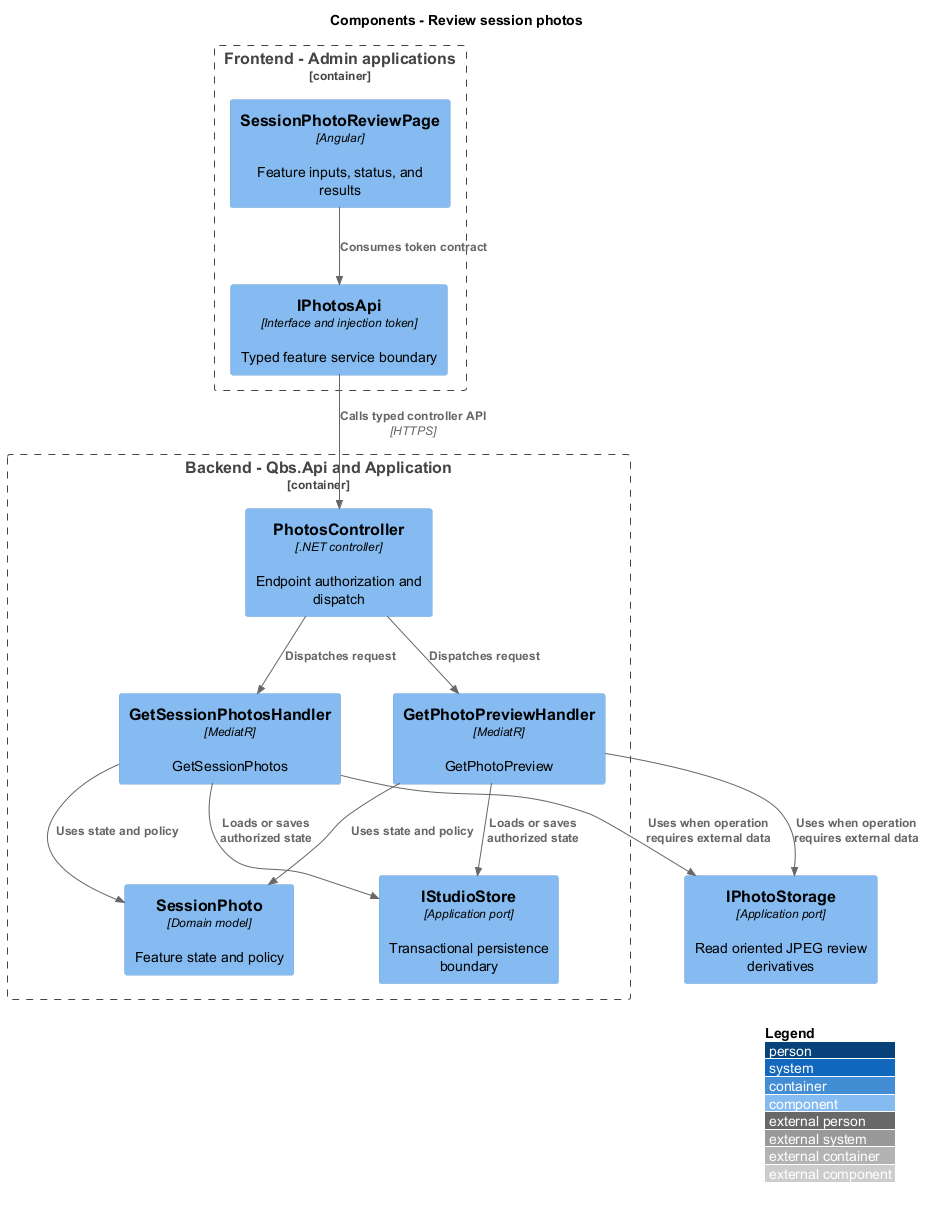
The PlantUML diagram docs/detailed-designs/session-photos/review-session-photos/diagrams/c4-component.png in QuinntyneBrown/quinntyne-brown-studio, before a commit. Source of this version:
```plantuml
@startuml
!include <C4/C4_Component>
LAYOUT_WITH_LEGEND()
title Components - Review session photos
Container_Boundary(frontend, "Frontend - Admin applications") {
 Component(page, "SessionPhotoReviewPage", "Angular", "Feature inputs, status, and results")
 Component(client, "IPhotosApi", "Interface and injection token", "Typed feature service boundary")
}
Container_Boundary(api, "Backend - Qbs.Api and Application") {
 Component(ctrl, "PhotosController", ".NET controller", "Endpoint authorization and dispatch")
 Component(handler0, "GetSessionPhotosHandler", "MediatR", "GetSessionPhotos")
 Component(handler1, "GetPhotoPreviewHandler", "MediatR", "GetPhotoPreview")
 Component(entity, "SessionPhoto", "Domain model", "Feature state and policy")
 Component(store, "IStudioStore", "Application port", "Transactional persistence boundary")
}
Rel(page, client, "Consumes token contract")
Rel(client, ctrl, "Calls typed controller API", "HTTPS")
Rel(ctrl, handler0, "Dispatches request")
Rel(handler0, entity, "Uses state and policy")
Rel(handler0, store, "Loads or saves authorized state")
Rel(ctrl, handler1, "Dispatches request")
Rel(handler1, entity, "Uses state and policy")
Rel(handler1, store, "Loads or saves authorized state")
Component(ext, "IPhotoStorage", "Application port", "Read oriented JPEG review derivatives")
Rel(handler0, ext, "Uses when operation requires external data")
Rel(handler1, ext, "Uses when operation requires external data")
@enduml
```
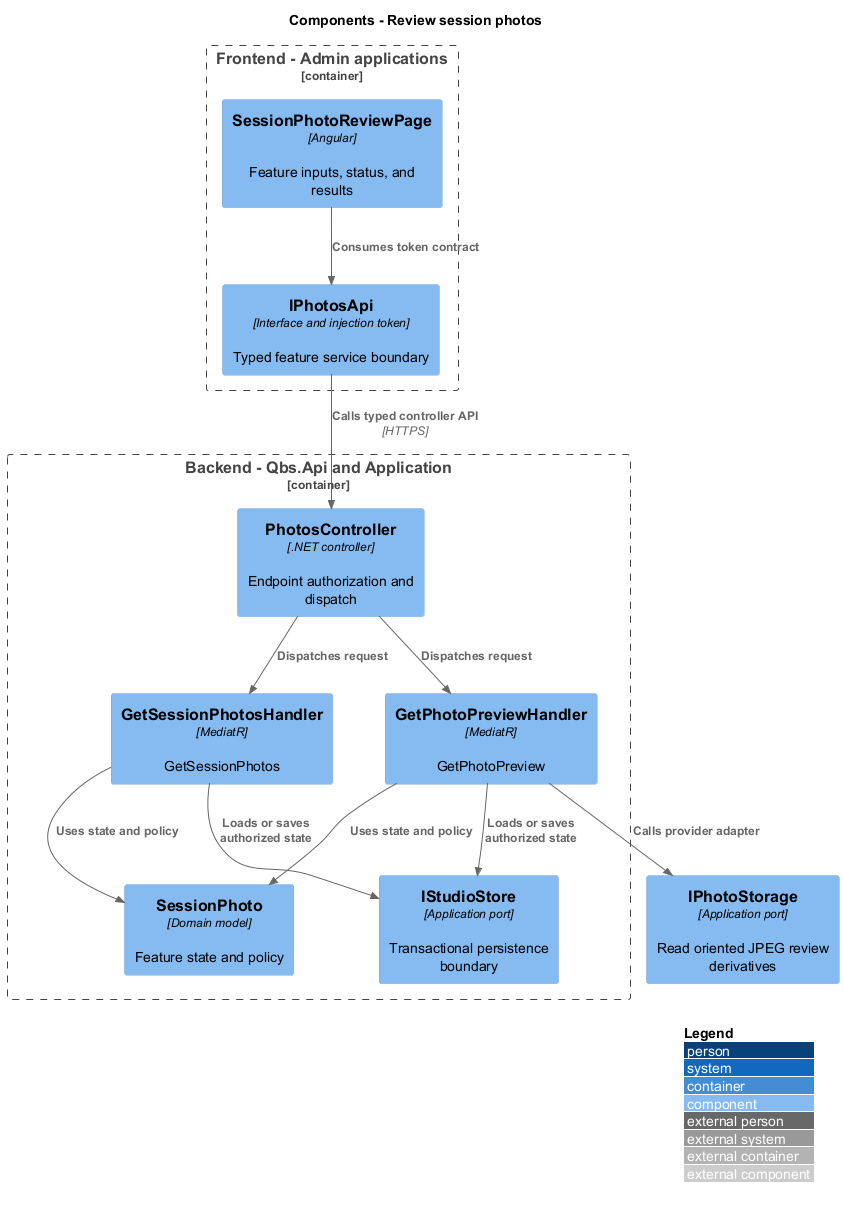
Later version of the same file.

Change to the diagram source:
```diff
@@ -22,6 +22,5 @@
 Rel(handler1, entity, "Uses state and policy")
 Rel(handler1, store, "Loads or saves authorized state")
 Component(ext, "IPhotoStorage", "Application port", "Read oriented JPEG review derivatives")
-Rel(handler0, ext, "Uses when operation requires external data")
-Rel(handler1, ext, "Uses when operation requires external data")
+Rel(handler1, ext, "Calls provider adapter")
 @enduml
```
